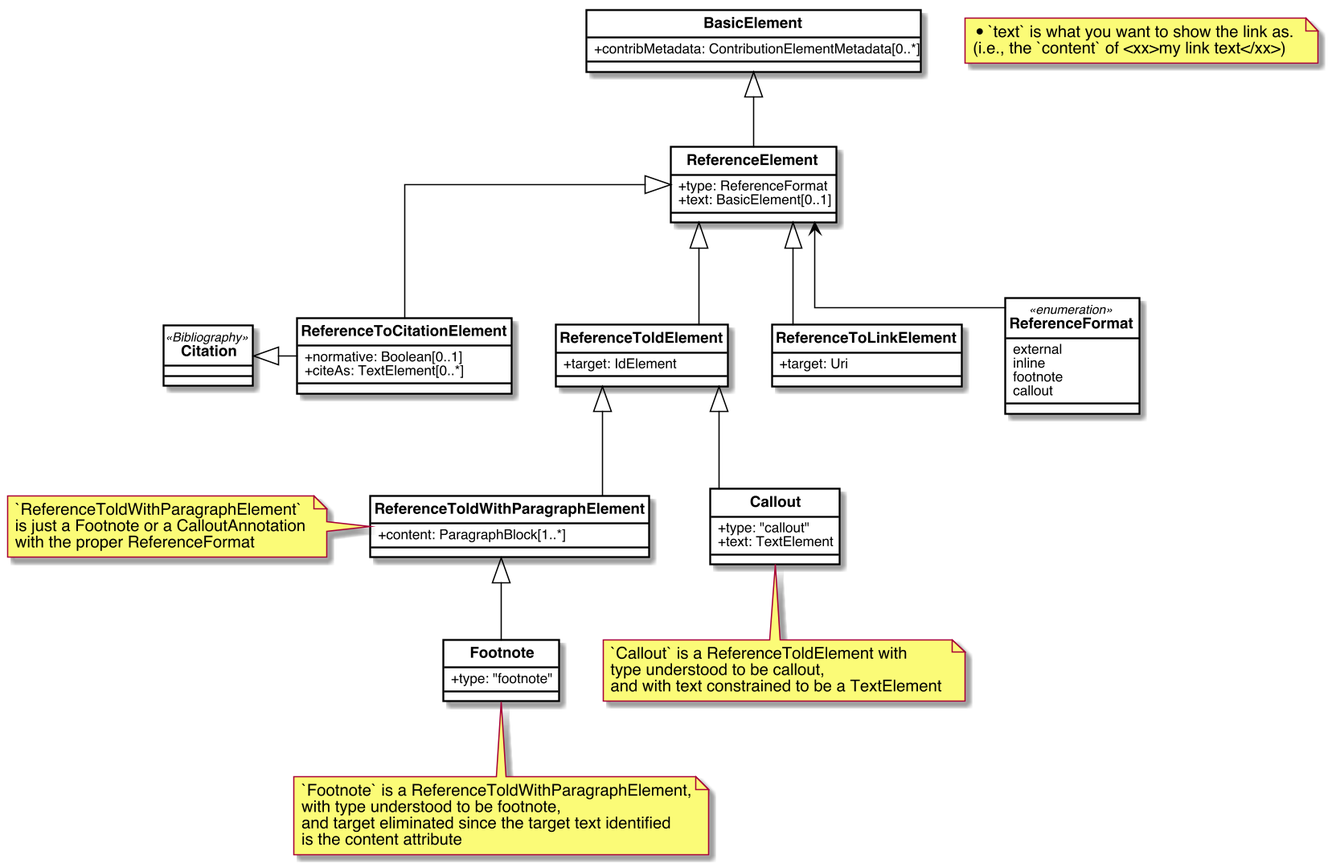
metanorma/basicdoc-models keeps this PlantUML diagram as images/ReferenceElements.png. Above is the earlier version. The source it was exported from:
```plantuml
@startuml ReferenceElements


skinparam Dpi 150
skinparam Monochrome false
skinparam LineType ortho
hide circle
skinparam Default {
  TextAlignment center
  FontName Helvetica
}
skinparam Class {
  AttributeIconSize 0
  BackgroundColor White
  ArrowColor Black
  BorderColor Black
  FontStyle bold
  StereotypeFontSize 10
}
skinparam Rectangle {
  BackgroundColor White
  ArrowColor Black
  BorderColor Black
  FontStyle bold
  FontSize 11
  StereotypeFontSize 10
}
skinparam Object {
  BackgroundColor White
  ArrowColor Black
  BorderColor Black
  FontStyle bold
  FontSize 11
  StereotypeFontSize 10
}

skinparam Entity {
  StereotypeFontSize 10
}



class BasicElement {
    +contribMetadata: ContributionElementMetadata[0..*]
}

class ReferenceElement{
    +type: ReferenceFormat
    +text: BasicElement[0..1]
}

class Citation <<Bibliography>>{

}

class ReferenceToldElement{
    +target: IdElement
}

class ReferenceToLinkElement{
    +target: Uri
}

class ReferenceToCitationElement{
    +normative: Boolean[0..1]
    +citeAs: TextElement[0..*]

}

class ReferenceToldWithParagraphElement{
    +content: ParagraphBlock[1..*]
}

class Callout{
    +type: "callout"
    +text: TextElement
}

class Footnote{
    +type: "footnote"
}

enum ReferenceFormat <<enumeration>>{
    external
    inline
    footnote
    callout
}


note "* `text` is what you want to show the link as.\n(i.e., the `content` of <xx>my link text</xx>)" as N1
note left of ReferenceToldWithParagraphElement: `ReferenceToldWithParagraphElement`\nis just a Footnote or a CalloutAnnotation\nwith the proper ReferenceFormat
note bottom of Footnote: `Footnote` is a ReferenceToldWithParagraphElement,\nwith type understood to be footnote,\nand target eliminated since the target text identified\nis the content attribute
note bottom of Callout: `Callout` is a ReferenceToldElement with\ntype understood to be callout,\nand with text constrained to be a TextElement


BasicElement <|-- ReferenceElement

ReferenceElement <|-- ReferenceToldElement
ReferenceElement <|-- ReferenceToLinkElement
ReferenceElement <|-- ReferenceToCitationElement

ReferenceElement <-- ReferenceFormat

Citation <|-right- ReferenceToCitationElement

ReferenceToldElement <|-- ReferenceToldWithParagraphElement
ReferenceToldElement <|-- Callout

ReferenceToldWithParagraphElement <|-- Footnote

@enduml
```
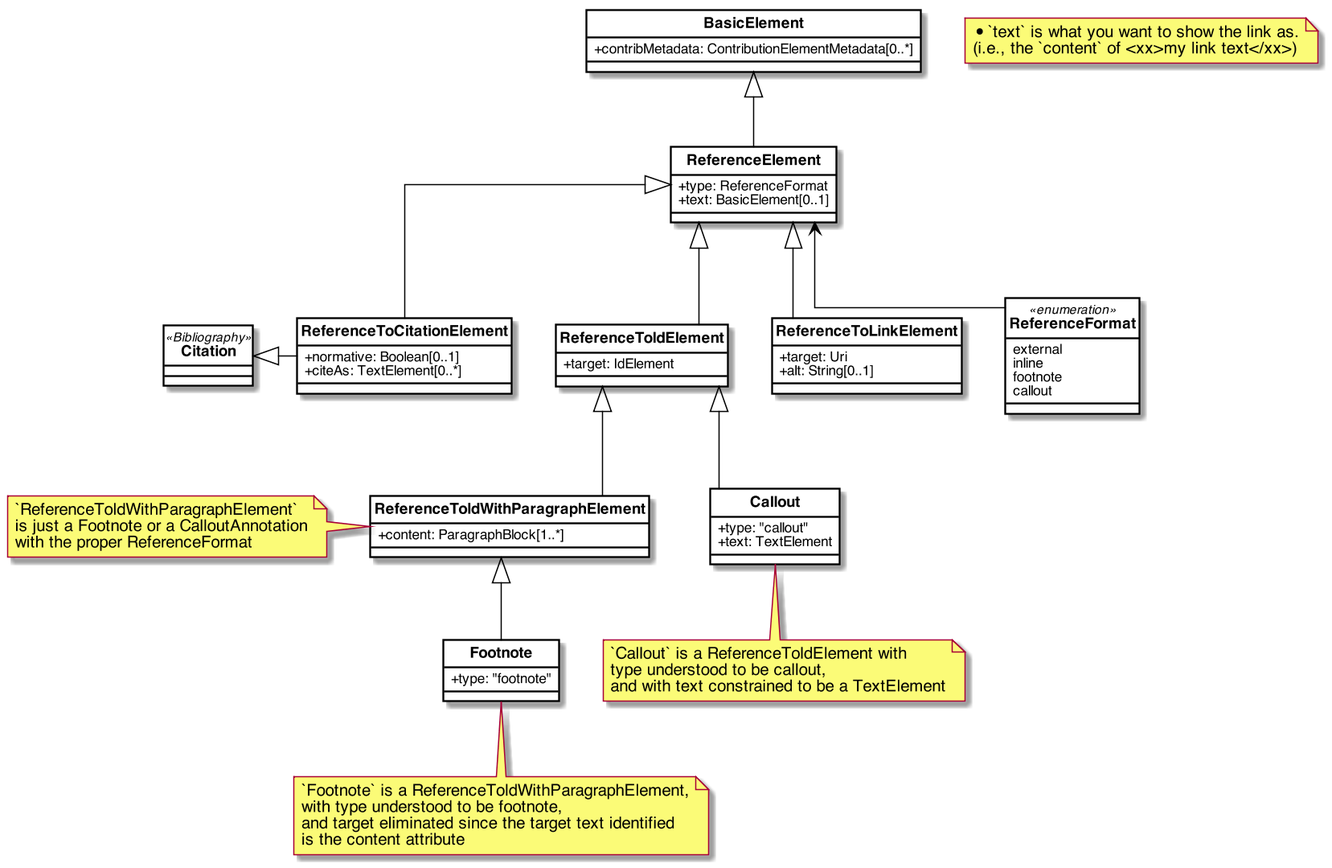
The same diagram one commit later.

Commit message:
eref@alt attribute: https://github.com/metanorma/metanorma-nist/issues/108

What changed in the source:
```diff
@@ -59,6 +59,7 @@
 
 class ReferenceToLinkElement{
     +target: Uri
+    +alt: String[0..1]
 }
 
 class ReferenceToCitationElement{
```
